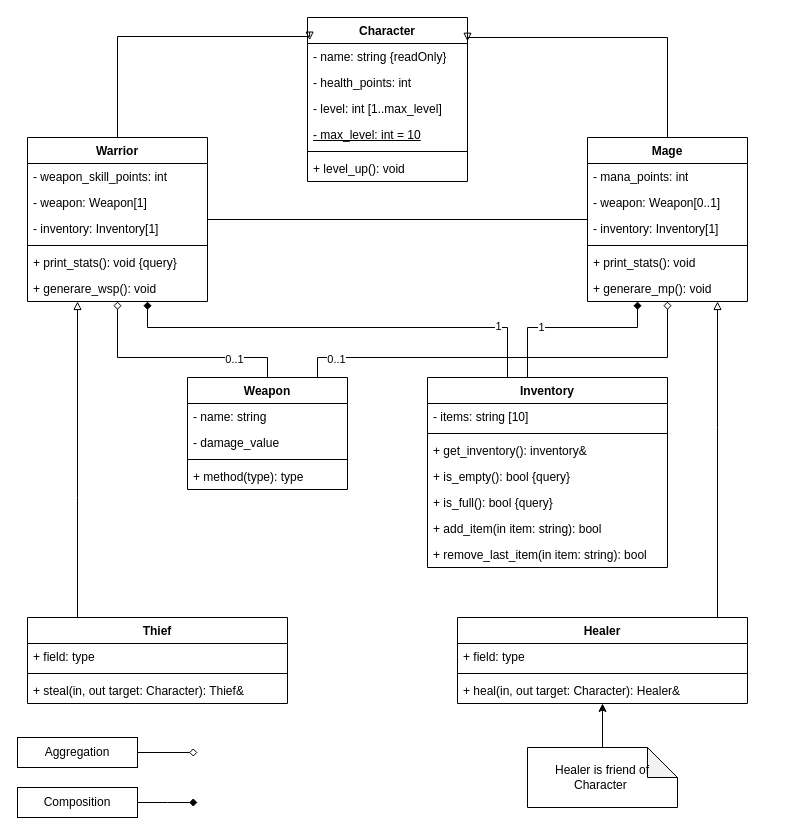
Earlier version of the draw.io diagram courses/coding-in-C++/Lab_3/mySolution/section_4/game.drawio (Carrotsoup92/study-code). Source tidied: cells renumbered, new cells numbered last; positions are measured from the earlier drawing's top-left corner, leaving out a move shared by most shapes. Both pictures are drawn from the tidied source at 100%, with x=0, y=0 at pixel (17, 17).
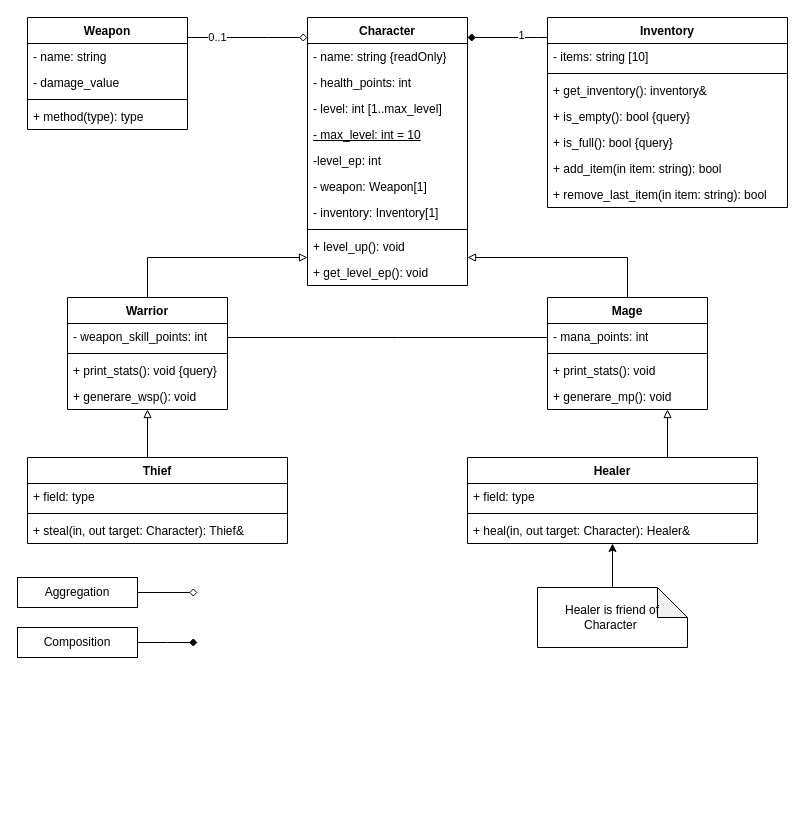
The same diagram, later.

Change to the diagram source:
```diff
@@
     <mxCell id="2" value="Character" style="swimlane;fontStyle=1;align=center;verticalAlign=top;horizontal=1;startSize=26;whiteSpace=wrap;html=1;" parent="1" vertex="1">
-      <mxGeometry x="290" width="160" height="164" as="geometry" />
+      <mxGeometry x="290" width="160" height="268" as="geometry" />
     </mxCell>
@@
+    <mxCell id="63" value="-level_ep: int&amp;nbsp;" style="text;strokeColor=none;fillColor=none;align=left;verticalAlign=top;spacingLeft=4;spacingRight=4;overflow=hidden;whiteSpace=wrap;html=1;" parent="2" vertex="1">
+      <mxGeometry y="130" width="160" height="26" as="geometry" />
+    </mxCell>
+    <mxCell id="33" value="- weapon: Weapon[1]" style="text;strokeColor=none;fillColor=none;align=left;verticalAlign=top;spacingLeft=4;spacingRight=4;overflow=hidden;whiteSpace=wrap;html=1;" parent="2" vertex="1">
+      <mxGeometry y="156" width="160" height="26" as="geometry" />
+    </mxCell>
+    <mxCell id="64" value="- inventory: Inventory[1]" style="text;strokeColor=none;fillColor=none;align=left;verticalAlign=top;spacingLeft=4;spacingRight=4;overflow=hidden;whiteSpace=wrap;html=1;" parent="2" vertex="1">
+      <mxGeometry y="182" width="160" height="26" as="geometry" />
+    </mxCell>
     <mxCell id="7" style="line;strokeWidth=1;fillColor=none;align=left;verticalAlign=middle;spacingTop=-1;spacingLeft=3;spacingRight=3;labelPosition=right;strokeColor=inherit;" parent="2" vertex="1">
-      <mxGeometry y="130" width="160" height="8" as="geometry" />
+      <mxGeometry y="208" width="160" height="8" as="geometry" />
     </mxCell>
     <mxCell id="8" value="+ level_up(): void" style="text;strokeColor=none;fillColor=none;align=left;verticalAlign=top;spacingLeft=4;spacingRight=4;overflow=hidden;whiteSpace=wrap;html=1;" parent="2" vertex="1">
-      <mxGeometry y="138" width="160" height="26" as="geometry" />
+      <mxGeometry y="216" width="160" height="26" as="geometry" />
     </mxCell>
+    <mxCell id="65" value="+ get_level_ep(): void" style="text;strokeColor=none;fillColor=none;align=left;verticalAlign=top;spacingLeft=4;spacingRight=4;overflow=hidden;whiteSpace=wrap;html=1;" parent="2" vertex="1">
+      <mxGeometry y="242" width="160" height="26" as="geometry" />
+    </mxCell>
-    <mxCell id="9" style="edgeStyle=orthogonalEdgeStyle;rounded=0;jettySize=auto;html=1;endArrow=diamond;endFill=0;" parent="1" edge="1" source="13" target="31">
+    <mxCell id="9" style="edgeStyle=orthogonalEdgeStyle;rounded=0;jettySize=auto;html=1;endArrow=diamond;endFill=0;" parent="1" edge="1" source="13" target="2">
       <mxGeometry relative="1" as="geometry">
         <Array as="points">
-          <mxPoint x="250" y="340" />
-          <mxPoint x="100" y="340" />
+          <mxPoint x="250" y="20" />
+          <mxPoint x="250" y="20" />
         </Array>
       </mxGeometry>
     </mxCell>
@@
-    <mxCell id="11" style="edgeStyle=orthogonalEdgeStyle;rounded=0;jettySize=auto;html=1;endArrow=diamond;endFill=0;" parent="1" edge="1" source="13" target="38">
-      <mxGeometry relative="1" as="geometry">
-        <Array as="points">
-          <mxPoint x="300" y="340" />
-          <mxPoint x="650" y="340" />
-        </Array>
-      </mxGeometry>
-    </mxCell>
-    <mxCell id="12" value="0..1" style="edgeLabel;html=1;align=center;verticalAlign=middle;" parent="11" vertex="1">
-      <mxGeometry x="-0.82" y="-1" relative="1" as="geometry" />
-    </mxCell>
     <mxCell id="13" value="Weapon" style="swimlane;fontStyle=1;align=center;verticalAlign=top;horizontal=1;startSize=26;whiteSpace=wrap;html=1;" parent="1" vertex="1">
-      <mxGeometry x="170" y="360" width="160" height="112" as="geometry" />
+      <mxGeometry x="10" width="160" height="112" as="geometry" />
     </mxCell>
@@
-    <mxCell id="18" style="edgeStyle=orthogonalEdgeStyle;rounded=0;jettySize=auto;html=1;endArrow=diamond;endFill=1;" parent="1" edge="1" source="22" target="31">
-      <mxGeometry relative="1" as="geometry">
-        <Array as="points">
-          <mxPoint x="490" y="310" />
-          <mxPoint x="130" y="310" />
-        </Array>
-      </mxGeometry>
-    </mxCell>
-    <mxCell id="19" value="1" style="edgeLabel;html=1;align=center;verticalAlign=middle;" parent="18" vertex="1">
-      <mxGeometry x="-0.76" y="-2" relative="1" as="geometry">
-        <mxPoint x="-8" as="offset" />
-      </mxGeometry>
-    </mxCell>
-    <mxCell id="20" style="edgeStyle=orthogonalEdgeStyle;rounded=0;jettySize=auto;html=1;endArrow=diamond;endFill=1;" parent="1" edge="1" source="22" target="38">
+    <mxCell id="20" style="edgeStyle=orthogonalEdgeStyle;rounded=0;jettySize=auto;html=1;endArrow=diamond;endFill=1;" parent="1" edge="1" source="22" target="2">
       <mxGeometry relative="1" as="geometry">
         <Array as="points">
-          <mxPoint x="510" y="310" />
-          <mxPoint x="620" y="310" />
+          <mxPoint x="520" y="20" />
+          <mxPoint x="520" y="20" />
         </Array>
       </mxGeometry>
     </mxCell>
@@
     <mxCell id="22" value="Inventory" style="swimlane;fontStyle=1;align=center;verticalAlign=top;horizontal=1;startSize=26;whiteSpace=wrap;html=1;" parent="1" vertex="1">
-      <mxGeometry x="410" y="360" width="240" height="190" as="geometry" />
+      <mxGeometry x="530" width="240" height="190" as="geometry" />
     </mxCell>
@@
     <mxCell id="30" style="edgeStyle=orthogonalEdgeStyle;rounded=0;jettySize=auto;html=1;endArrow=none;endFill=0;" parent="1" edge="1" source="31" target="38">
-      <mxGeometry relative="1" as="geometry" />
+      <mxGeometry relative="1" as="geometry">
+        <Array as="points">
+          <mxPoint x="380" y="320" />
+          <mxPoint x="380" y="320" />
+        </Array>
+      </mxGeometry>
     </mxCell>
-    <mxCell id="31" value="Warrior" style="swimlane;fontStyle=1;align=center;verticalAlign=top;horizontal=1;startSize=26;whiteSpace=wrap;html=1;" parent="1" vertex="1">
-      <mxGeometry x="10" y="120" width="180" height="164" as="geometry" />
-    </mxCell>
-    <mxCell id="32" value="- weapon_skill_points: int" style="text;strokeColor=none;fillColor=none;align=left;verticalAlign=top;spacingLeft=4;spacingRight=4;overflow=hidden;whiteSpace=wrap;html=1;" parent="31" vertex="1">
-      <mxGeometry y="26" width="180" height="26" as="geometry" />
-    </mxCell>
-    <mxCell id="33" value="- weapon: Weapon[1]" style="text;strokeColor=none;fillColor=none;align=left;verticalAlign=top;spacingLeft=4;spacingRight=4;overflow=hidden;whiteSpace=wrap;html=1;" parent="31" vertex="1">
-      <mxGeometry y="52" width="180" height="26" as="geometry" />
-    </mxCell>
-    <mxCell id="34" value="- inventory: Inventory[1]" style="text;strokeColor=none;fillColor=none;align=left;verticalAlign=top;spacingLeft=4;spacingRight=4;overflow=hidden;whiteSpace=wrap;html=1;" parent="31" vertex="1">
-      <mxGeometry y="78" width="180" height="26" as="geometry" />
-    </mxCell>
-    <mxCell id="35" style="line;strokeWidth=1;fillColor=none;align=left;verticalAlign=middle;spacingTop=-1;spacingLeft=3;spacingRight=3;labelPosition=right;strokeColor=inherit;" parent="31" vertex="1">
-      <mxGeometry y="104" width="180" height="8" as="geometry" />
-    </mxCell>
-    <mxCell id="36" value="+ print_stats(): void {query}" style="text;strokeColor=none;fillColor=none;align=left;verticalAlign=top;spacingLeft=4;spacingRight=4;overflow=hidden;whiteSpace=wrap;html=1;" parent="31" vertex="1">
-      <mxGeometry y="112" width="180" height="26" as="geometry" />
-    </mxCell>
-    <mxCell id="37" value="+ generare_wsp(): void" style="text;strokeColor=none;fillColor=none;align=left;verticalAlign=top;spacingLeft=4;spacingRight=4;overflow=hidden;whiteSpace=wrap;html=1;" parent="31" vertex="1">
-      <mxGeometry y="138" width="180" height="26" as="geometry" />
-    </mxCell>
     <mxCell id="38" value="Mage" style="swimlane;fontStyle=1;align=center;verticalAlign=top;horizontal=1;startSize=26;whiteSpace=wrap;html=1;" parent="1" vertex="1">
-      <mxGeometry x="570" y="120" width="160" height="164" as="geometry" />
+      <mxGeometry x="530" y="280" width="160" height="112" as="geometry" />
     </mxCell>
@@
-    <mxCell id="40" value="- weapon: Weapon[0..1]" style="text;strokeColor=none;fillColor=none;align=left;verticalAlign=top;spacingLeft=4;spacingRight=4;overflow=hidden;whiteSpace=wrap;html=1;" parent="38" vertex="1">
-      <mxGeometry y="52" width="160" height="26" as="geometry" />
-    </mxCell>
-    <mxCell id="41" value="- inventory: Inventory[1]" style="text;strokeColor=none;fillColor=none;align=left;verticalAlign=top;spacingLeft=4;spacingRight=4;overflow=hidden;whiteSpace=wrap;html=1;" parent="38" vertex="1">
-      <mxGeometry y="78" width="160" height="26" as="geometry" />
-    </mxCell>
     <mxCell id="42" style="line;strokeWidth=1;fillColor=none;align=left;verticalAlign=middle;spacingTop=-1;spacingLeft=3;spacingRight=3;labelPosition=right;strokeColor=inherit;" parent="38" vertex="1">
-      <mxGeometry y="104" width="160" height="8" as="geometry" />
+      <mxGeometry y="52" width="160" height="8" as="geometry" />
     </mxCell>
     <mxCell id="43" value="+ print_stats(): void" style="text;strokeColor=none;fillColor=none;align=left;verticalAlign=top;spacingLeft=4;spacingRight=4;overflow=hidden;whiteSpace=wrap;html=1;" parent="38" vertex="1">
-      <mxGeometry y="112" width="160" height="26" as="geometry" />
+      <mxGeometry y="60" width="160" height="26" as="geometry" />
     </mxCell>
     <mxCell id="44" value="+ generare_mp(): void" style="text;strokeColor=none;fillColor=none;align=left;verticalAlign=top;spacingLeft=4;spacingRight=4;overflow=hidden;whiteSpace=wrap;html=1;" parent="38" vertex="1">
-      <mxGeometry y="138" width="160" height="26" as="geometry" />
+      <mxGeometry y="86" width="160" height="26" as="geometry" />
     </mxCell>
     <mxCell id="45" style="edgeStyle=orthogonalEdgeStyle;rounded=0;jettySize=auto;html=1;endArrow=block;endFill=0;" parent="1" edge="1" source="46" target="31">
       <mxGeometry relative="1" as="geometry">
         <Array as="points">
-          <mxPoint x="60" y="480" />
-          <mxPoint x="60" y="480" />
+          <mxPoint x="130" y="430" />
+          <mxPoint x="130" y="430" />
         </Array>
       </mxGeometry>
     </mxCell>
     <mxCell id="46" value="Thief" style="swimlane;fontStyle=1;align=center;verticalAlign=top;horizontal=1;startSize=26;whiteSpace=wrap;html=1;" parent="1" vertex="1">
-      <mxGeometry x="10" y="600" width="260" height="86" as="geometry" />
+      <mxGeometry x="10" y="440" width="260" height="86" as="geometry" />
     </mxCell>
@@
-    <mxCell id="50" style="edgeStyle=orthogonalEdgeStyle;rounded=0;jettySize=auto;html=1;endArrow=block;endFill=0;" parent="1" edge="1" source="51" target="38">
+    <mxCell id="50" style="edgeStyle=orthogonalEdgeStyle;rounded=0;jettySize=auto;html=1;endArrow=block;endFill=0;exitX=0.659;exitY=0.023;exitDx=0;exitDy=0;exitPerimeter=0;" parent="1" edge="1" source="51" target="38">
       <mxGeometry relative="1" as="geometry">
         <Array as="points">
-          <mxPoint x="700" y="410" />
-          <mxPoint x="700" y="410" />
+          <mxPoint x="650" y="442" />
         </Array>
       </mxGeometry>
     </mxCell>
     <mxCell id="51" value="Healer" style="swimlane;fontStyle=1;align=center;verticalAlign=top;horizontal=1;startSize=26;whiteSpace=wrap;html=1;" parent="1" vertex="1">
-      <mxGeometry x="440" y="600" width="290" height="86" as="geometry" />
+      <mxGeometry x="450" y="440" width="290" height="86" as="geometry" />
     </mxCell>
@@
-    <mxCell id="55" style="edgeStyle=orthogonalEdgeStyle;rounded=0;jettySize=auto;html=1;entryX=0.013;entryY=0.138;entryDx=0;entryDy=0;entryPerimeter=0;endArrow=block;endFill=0;" parent="1" edge="1" source="31" target="2">
+    <mxCell id="55" style="edgeStyle=orthogonalEdgeStyle;rounded=0;jettySize=auto;html=1;endArrow=block;endFill=0;" parent="1" edge="1" source="31" target="2">
       <mxGeometry relative="1" as="geometry">
         <Array as="points">
-          <mxPoint x="100" y="19" />
+          <mxPoint x="130" y="240" />
         </Array>
       </mxGeometry>
     </mxCell>
-    <mxCell id="56" style="edgeStyle=orthogonalEdgeStyle;rounded=0;jettySize=auto;html=1;entryX=1;entryY=0.145;entryDx=0;entryDy=0;entryPerimeter=0;endArrow=block;endFill=0;" parent="1" edge="1" source="38" target="2">
+    <mxCell id="56" style="edgeStyle=orthogonalEdgeStyle;rounded=0;jettySize=auto;html=1;endArrow=block;endFill=0;" parent="1" edge="1" source="38" target="2">
       <mxGeometry relative="1" as="geometry">
         <Array as="points">
-          <mxPoint x="650" y="20" />
+          <mxPoint x="610" y="240" />
         </Array>
       </mxGeometry>
     </mxCell>
@@
     <mxCell id="58" value="Healer is friend of Character&amp;nbsp;" style="shape=note;whiteSpace=wrap;html=1;backgroundOutline=1;darkOpacity=0.05;" parent="1" vertex="1">
-      <mxGeometry x="510" y="730" width="150" height="60" as="geometry" />
+      <mxGeometry x="520" y="570" width="150" height="60" as="geometry" />
     </mxCell>
     <mxCell id="59" style="edgeStyle=orthogonalEdgeStyle;rounded=0;jettySize=auto;html=1;endArrow=diamond;endFill=0;" parent="1" edge="1" source="60">
       <mxGeometry relative="1" as="geometry">
-        <mxPoint x="180" y="735" as="targetPoint" />
+        <mxPoint x="180" y="575" as="targetPoint" />
         <Array as="points">
-          <mxPoint x="180" y="735" />
+          <mxPoint x="180" y="575" />
         </Array>
       </mxGeometry>
     </mxCell>
     <mxCell id="60" value="Aggregation" style="rounded=0;whiteSpace=wrap;html=1;" parent="1" vertex="1">
-      <mxGeometry y="720" width="120" height="30" as="geometry" />
+      <mxGeometry y="560" width="120" height="30" as="geometry" />
     </mxCell>
     <mxCell id="61" style="edgeStyle=orthogonalEdgeStyle;rounded=0;jettySize=auto;html=1;endArrow=diamond;endFill=1;" parent="1" edge="1" source="62">
       <mxGeometry relative="1" as="geometry">
-        <mxPoint x="180" y="785" as="targetPoint" />
+        <mxPoint x="180" y="625" as="targetPoint" />
       </mxGeometry>
     </mxCell>
     <mxCell id="62" value="Composition" style="rounded=0;whiteSpace=wrap;html=1;" parent="1" vertex="1">
-      <mxGeometry y="770" width="120" height="30" as="geometry" />
+      <mxGeometry y="610" width="120" height="30" as="geometry" />
     </mxCell>
+    <mxCell id="31" value="Warrior" style="swimlane;fontStyle=1;align=center;verticalAlign=top;horizontal=1;startSize=26;whiteSpace=wrap;html=1;" parent="1" vertex="1">
+      <mxGeometry x="50" y="280" width="160" height="112" as="geometry" />
+    </mxCell>
+    <mxCell id="32" value="- weapon_skill_points: int" style="text;strokeColor=none;fillColor=none;align=left;verticalAlign=top;spacingLeft=4;spacingRight=4;overflow=hidden;whiteSpace=wrap;html=1;" parent="31" vertex="1">
+      <mxGeometry y="26" width="160" height="26" as="geometry" />
+    </mxCell>
+    <mxCell id="35" style="line;strokeWidth=1;fillColor=none;align=left;verticalAlign=middle;spacingTop=-1;spacingLeft=3;spacingRight=3;labelPosition=right;strokeColor=inherit;" parent="31" vertex="1">
+      <mxGeometry y="52" width="160" height="8" as="geometry" />
+    </mxCell>
+    <mxCell id="36" value="+ print_stats(): void {query}" style="text;strokeColor=none;fillColor=none;align=left;verticalAlign=top;spacingLeft=4;spacingRight=4;overflow=hidden;whiteSpace=wrap;html=1;" parent="31" vertex="1">
+      <mxGeometry y="60" width="160" height="26" as="geometry" />
+    </mxCell>
+    <mxCell id="37" value="+ generare_wsp(): void" style="text;strokeColor=none;fillColor=none;align=left;verticalAlign=top;spacingLeft=4;spacingRight=4;overflow=hidden;whiteSpace=wrap;html=1;" parent="31" vertex="1">
+      <mxGeometry y="86" width="160" height="26" as="geometry" />
+    </mxCell>
```
